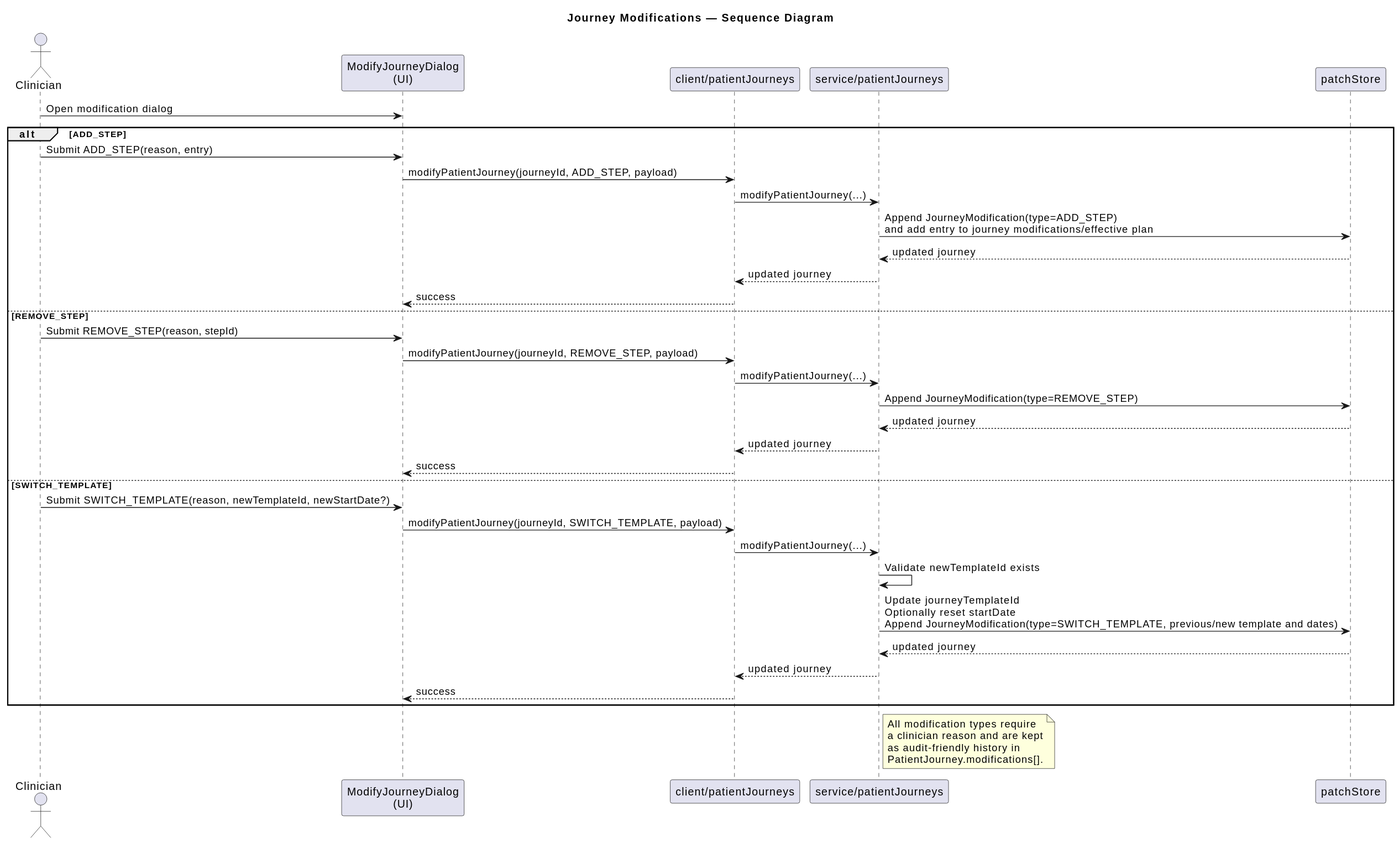
gforge/DUK keeps this PlantUML diagram as docs/diagrams/journey-modifications-sequence.svg. Above is the earlier version.
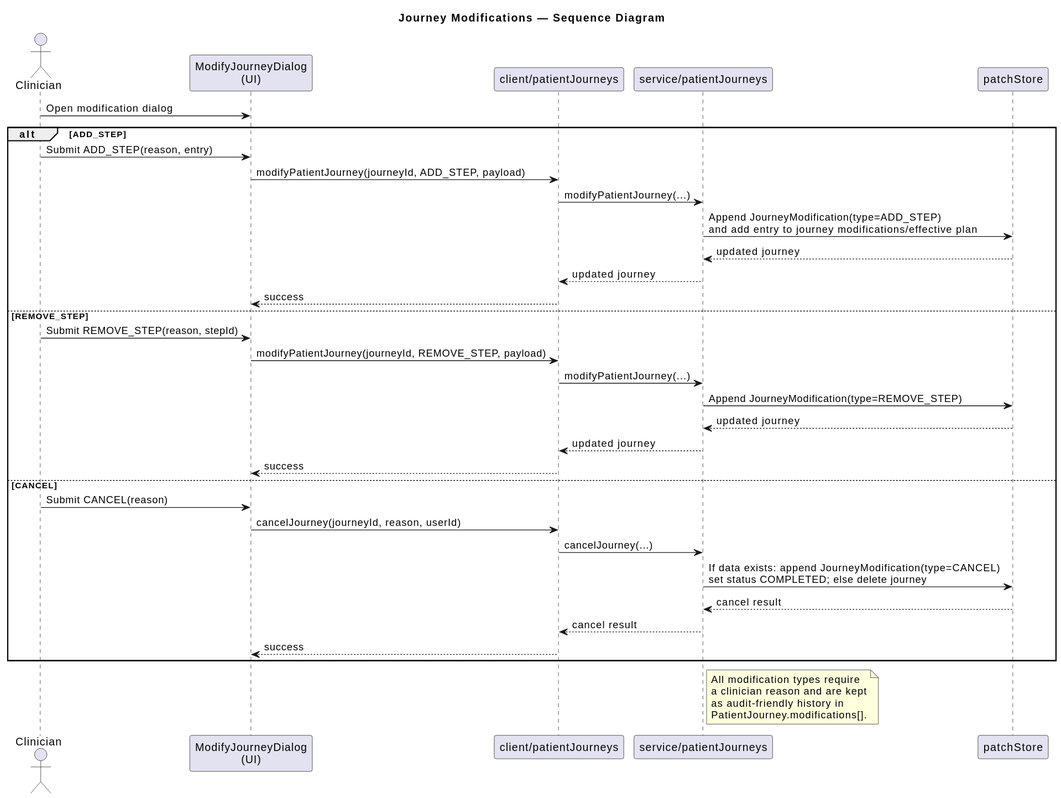
After the change.

What changed in the source:
```diff
@@ -25,14 +25,13 @@
   Store --> Service : updated journey
   Service --> Client : updated journey
   Client --> UI : success
-else SWITCH_TEMPLATE
-  Clinician -> UI : Submit SWITCH_TEMPLATE(reason, newTemplateId, newStartDate?)
-  UI -> Client : modifyPatientJourney(journeyId, SWITCH_TEMPLATE, payload)
-  Client -> Service : modifyPatientJourney(...)
-  Service -> Service : Validate newTemplateId exists
-  Service -> Store : Update journeyTemplateId\nOptionally reset startDate\nAppend JourneyModification(type=SWITCH_TEMPLATE, previous/new template and dates)
-  Store --> Service : updated journey
-  Service --> Client : updated journey
+else CANCEL
+  Clinician -> UI : Submit CANCEL(reason)
+  UI -> Client : cancelJourney(journeyId, reason, userId)
+  Client -> Service : cancelJourney(...)
+  Service -> Store : If data exists: append JourneyModification(type=CANCEL)\nset status COMPLETED; else delete journey
+  Store --> Service : cancel result
+  Service --> Client : cancel result
   Client --> UI : success
 end
 
```
